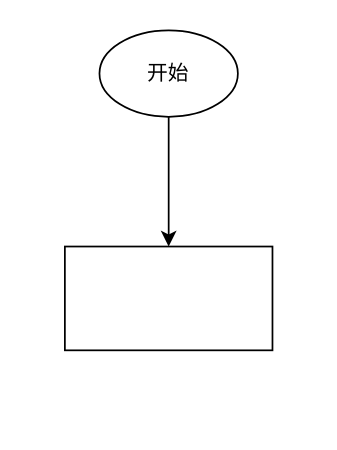
The draw.io diagram 即点即玩.drawio in ETHAN0430/draw.io.repo, before the edit. Source tidied: cells renumbered, new cells numbered last; positions are measured from the earlier drawing's top-left corner, leaving out a move shared by most shapes. Both pictures are drawn from the tidied source at 173%, with x=0, y=0 at pixel (64, 29).
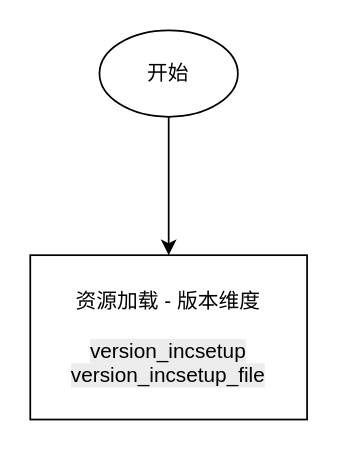
After the change.

Commit message (it also covers changes not shown here):
更新即点即玩.drawio

Change to the diagram source:
```diff
@@
 <mxGraphModel>
   <root>
     <mxCell id="0" />
     <mxCell id="1" parent="0" />
     <mxCell id="2" style="edgeStyle=orthogonalEdgeStyle;rounded=0;jettySize=auto;html=1;" parent="1" edge="1" source="3" target="4">
       <mxGeometry relative="1" as="geometry" />
     </mxCell>
     <mxCell id="3" value="开始" style="ellipse;whiteSpace=wrap;html=1;" parent="1" vertex="1">
       <mxGeometry x="20" width="80" height="50" as="geometry" />
     </mxCell>
-    <mxCell id="4" style="whiteSpace=wrap;html=1;" parent="1" vertex="1">
-      <mxGeometry y="125" width="120" height="60" as="geometry" />
+    <mxCell id="4" value="资源加载 - 版本维度&lt;br&gt;&lt;br style=&quot;text-wrap: nowrap;&quot;&gt;&lt;span style=&quot;text-align: left; float: none; display: inline !important; color: rgb(0, 0, 0); background-color: rgb(236, 236, 236);&quot;&gt;version_incsetup version_incsetup_file&lt;/span&gt;" style="whiteSpace=wrap;html=1;" parent="1" vertex="1">
+      <mxGeometry x="-20" y="130" width="160" height="95" as="geometry" />
     </mxCell>
   </root>
 </mxGraphModel>
```
